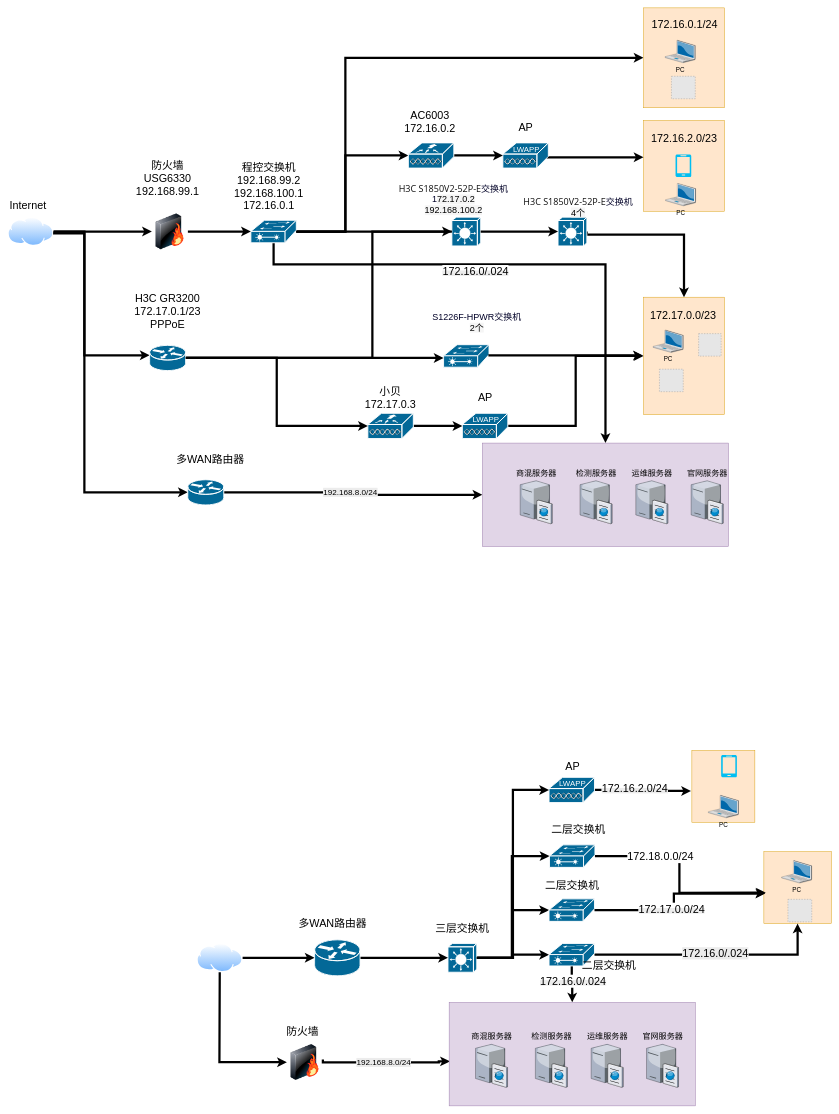
Earlier version of the draw.io diagram 未命名绘图.drawio (NewStart2019/cardiac-segmentation). Source tidied: cells renumbered, new cells numbered last; positions are measured from the earlier drawing's top-left corner, leaving out a move shared by most shapes. Both pictures are drawn from the tidied source at 45%, with x=0, y=0 at pixel (8, 8). Pictures stored in the file or linked from it are replaced by grey dashed boxes.
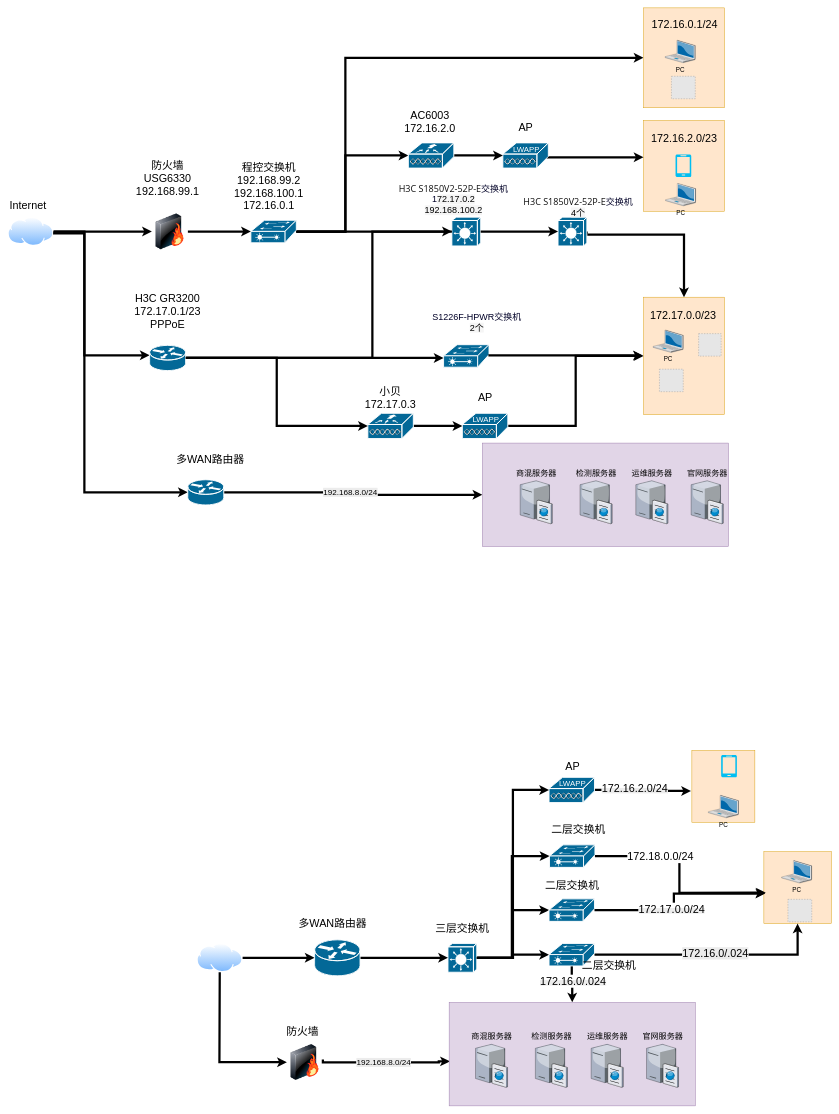
The same diagram, later.

Commit message:
未命名绘图.drawio

Unchanged cells that the change refers to:
```xml
<mxCell id="23" style="whiteSpace=wrap;html=1;fillColor=#e1d5e7;strokeColor=#9673a6;" parent="1" vertex="1">
  <mxGeometry x="1054.4" y="967.1" width="547" height="230" as="geometry" />
</mxCell>
<mxCell id="87" style="strokeColor=#ffffff;sketch=0;html=1;dashed=0;fillColor=#036897;strokeWidth=2;verticalLabelPosition=bottom;verticalAlign=top;align=center;outlineConnect=0;shape=mxgraph.cisco.switches.layer_2_remote_switch;" parent="1" vertex="1">
  <mxGeometry x="540" y="472" width="101" height="50" as="geometry" />
</mxCell>
```

Diff of the diagram source:
```diff
@@
-    <mxCell id="12" style="edgeStyle=orthogonalEdgeStyle;rounded=0;jettySize=auto;html=1;strokeWidth=5;exitX=0.5;exitY=1;exitDx=0;exitDy=0;exitPerimeter=0;" parent="1" edge="1" source="87" target="23">
-      <mxGeometry relative="1" as="geometry">
-        <Array as="points">
-          <mxPoint x="590.5" y="570" />
-          <mxPoint x="1328" y="570" />
-        </Array>
-      </mxGeometry>
-    </mxCell>
-    <mxCell id="13" value="&lt;span style=&quot;white-space: normal; background-color: rgb(236, 236, 236);&quot;&gt;&lt;font style=&quot;font-size: 24px;&quot;&gt;172.16.0/.024&lt;/font&gt;&lt;/span&gt;" style="edgeLabel;html=1;align=center;verticalAlign=middle;" parent="12" vertex="1">
-      <mxGeometry x="-0.19" y="2" relative="1" as="geometry">
-        <mxPoint x="17" y="17" as="offset" />
-      </mxGeometry>
-    </mxCell>
@@
-    <mxCell id="101" value="&lt;font style=&quot;font-size: 24px;&quot;&gt;AC6003&lt;br&gt;172.16.0.2&lt;/font&gt;" style="text;html=1;whiteSpace=wrap;strokeColor=none;fillColor=none;align=center;verticalAlign=middle;rounded=0;" parent="1" vertex="1">
+    <mxCell id="101" value="&lt;font style=&quot;font-size: 24px;&quot;&gt;AC6003&lt;br&gt;172.16.2.0&lt;/font&gt;" style="text;html=1;whiteSpace=wrap;strokeColor=none;fillColor=none;align=center;verticalAlign=middle;rounded=0;" parent="1" vertex="1">
       <mxGeometry x="908.2" y="239" width="60" height="30" as="geometry" />
     </mxCell>
```
